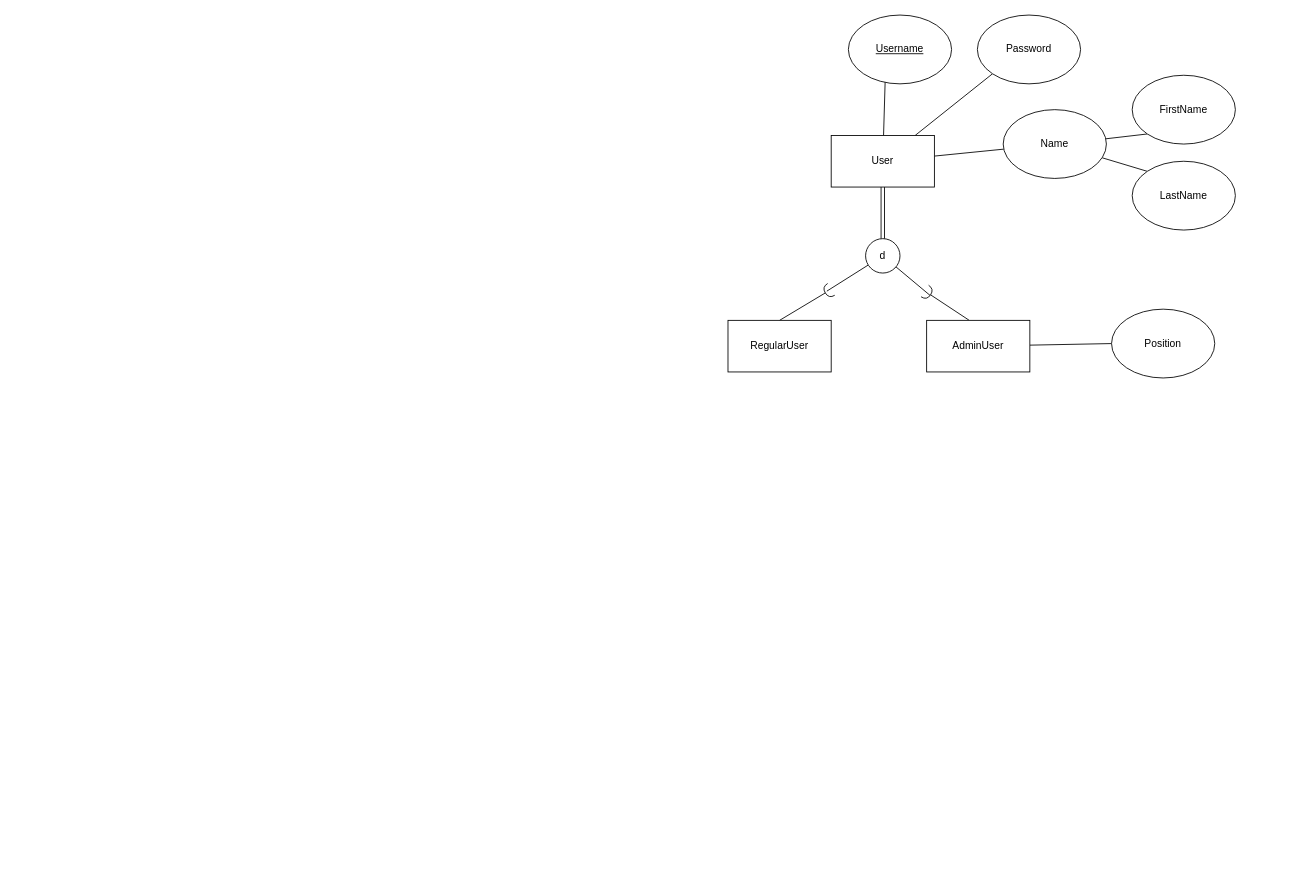
Earlier version of the draw.io diagram page "KK" (1 of 2) of Phase_1/team055_p1_eer_kk.drawio.xml (kkashiva/buzzbid). Source tidied: cells renumbered, new cells numbered last; positions are measured from the earlier drawing's top-left corner, leaving out a move shared by most shapes. Both pictures are drawn from the tidied source at 86%, with x=0, y=0 at pixel (728, 15).
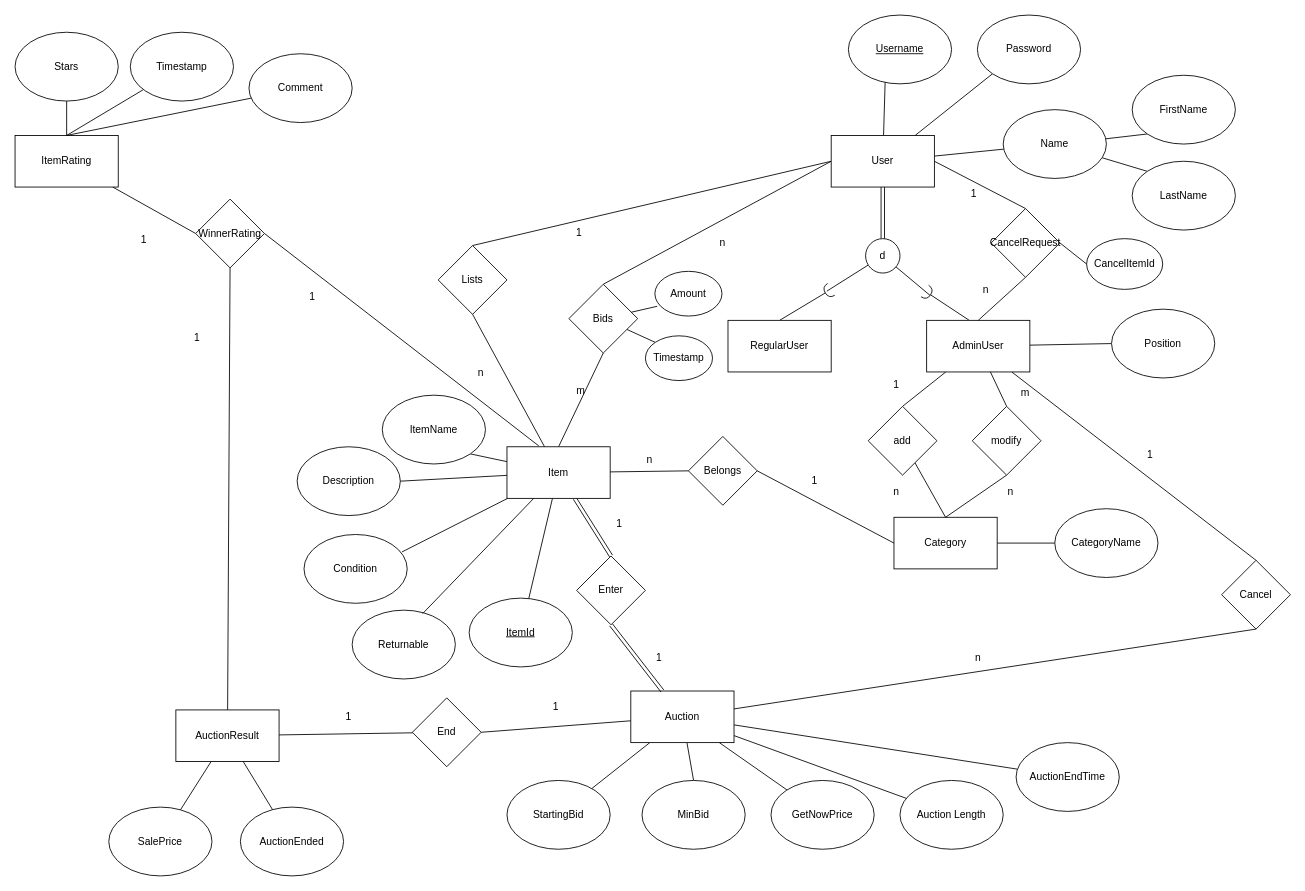
The same page after the edit.

Commit message (it also covers changes not shown here):
updated EER with ternary relationship for Item, ItemRating, AuctionResult

Unchanged cells that the change refers to:
```xml
<mxCell id="6" value="User" style="rounded=0;whiteSpace=wrap;html=1;" parent="1" vertex="1">
  <mxGeometry x="120" y="140" width="120" height="60" as="geometry" />
</mxCell>
<mxCell id="21" value="AdminUser" style="rounded=0;whiteSpace=wrap;html=1;" parent="1" vertex="1">
  <mxGeometry x="231" y="355" width="120" height="60" as="geometry" />
</mxCell>
```

What changed in the source:
```diff
@@
+    <mxCell id="23" style="rounded=0;jettySize=auto;html=1;entryX=0.5;entryY=0;entryDx=0;entryDy=0;endArrow=none;endFill=0;exitX=0;exitY=0.5;exitDx=0;exitDy=0;" parent="1" edge="1" source="6" target="30">
+      <mxGeometry relative="1" as="geometry" />
+    </mxCell>
+    <mxCell id="24" style="rounded=0;jettySize=auto;html=1;endArrow=none;endFill=0;entryX=0.5;entryY=0;entryDx=0;entryDy=0;exitX=0;exitY=0.5;exitDx=0;exitDy=0;" parent="1" edge="1" source="6" target="33">
+      <mxGeometry relative="1" as="geometry" />
+    </mxCell>
+    <mxCell id="25" style="rounded=0;jettySize=auto;html=1;endArrow=none;endFill=0;exitX=1;exitY=0.5;exitDx=0;exitDy=0;entryX=0.5;entryY=0;entryDx=0;entryDy=0;" parent="1" edge="1" source="6" target="114">
+      <mxGeometry relative="1" as="geometry" />
+    </mxCell>
@@
+    <mxCell id="26" style="rounded=0;jettySize=auto;html=1;entryX=0.5;entryY=0;entryDx=0;entryDy=0;endArrow=none;endFill=0;" parent="1" edge="1" source="21" target="58">
+      <mxGeometry relative="1" as="geometry" />
+    </mxCell>
+    <mxCell id="27" style="rounded=0;jettySize=auto;html=1;endArrow=none;endFill=0;entryX=0.5;entryY=0;entryDx=0;entryDy=0;" parent="1" edge="1" source="21" target="60">
+      <mxGeometry relative="1" as="geometry" />
+    </mxCell>
+    <mxCell id="28" style="rounded=0;jettySize=auto;html=1;endArrow=none;endFill=0;entryX=0.5;entryY=0;entryDx=0;entryDy=0;" parent="1" edge="1" source="21" target="78">
+      <mxGeometry relative="1" as="geometry" />
+    </mxCell>
@@
+    <mxCell id="29" style="rounded=0;jettySize=auto;html=1;endArrow=none;endFill=0;exitX=0.5;exitY=1;exitDx=0;exitDy=0;" parent="1" edge="1" source="30" target="40">
+      <mxGeometry relative="1" as="geometry" />
+    </mxCell>
+    <mxCell id="30" value="Lists" style="rhombus;whiteSpace=wrap;html=1;" parent="1" vertex="1">
+      <mxGeometry x="-337" y="268" width="80" height="80" as="geometry" />
+    </mxCell>
+    <mxCell id="31" style="rounded=0;jettySize=auto;html=1;entryX=0.5;entryY=0;entryDx=0;entryDy=0;endArrow=none;endFill=0;exitX=0.5;exitY=1;exitDx=0;exitDy=0;" parent="1" edge="1" source="33" target="40">
+      <mxGeometry relative="1" as="geometry" />
+    </mxCell>
+    <mxCell id="32" style="rounded=0;jettySize=auto;html=1;entryX=0;entryY=0;entryDx=0;entryDy=0;endArrow=none;endFill=0;" parent="1" edge="1" source="33" target="88">
+      <mxGeometry relative="1" as="geometry" />
+    </mxCell>
+    <mxCell id="33" value="Bids" style="rhombus;whiteSpace=wrap;html=1;" parent="1" vertex="1">
+      <mxGeometry x="-185" y="313" width="80" height="80" as="geometry" />
+    </mxCell>
+    <mxCell id="34" style="rounded=0;jettySize=auto;html=1;entryX=0;entryY=0.5;entryDx=0;entryDy=0;endArrow=none;endFill=0;" parent="1" edge="1" source="40" target="48">
+      <mxGeometry relative="1" as="geometry" />
+    </mxCell>
+    <mxCell id="35" style="rounded=0;jettySize=auto;html=1;entryX=1;entryY=1;entryDx=0;entryDy=0;endArrow=none;endFill=0;" parent="1" edge="1" source="40" target="46">
+      <mxGeometry relative="1" as="geometry" />
+    </mxCell>
+    <mxCell id="36" style="rounded=0;jettySize=auto;html=1;entryX=1;entryY=0.5;entryDx=0;entryDy=0;endArrow=none;endFill=0;" parent="1" edge="1" source="40" target="45">
+      <mxGeometry relative="1" as="geometry" />
+    </mxCell>
+    <mxCell id="37" style="rounded=0;jettySize=auto;html=1;endArrow=none;endFill=0;entryX=0.5;entryY=0;entryDx=0;entryDy=0;shape=link;" parent="1" edge="1" source="40" target="74">
+      <mxGeometry relative="1" as="geometry" />
+    </mxCell>
+    <mxCell id="38" style="rounded=0;jettySize=auto;html=1;endArrow=none;endFill=0;" parent="1" edge="1" source="40" target="86">
+      <mxGeometry relative="1" as="geometry" />
+    </mxCell>
+    <mxCell id="39" style="rounded=0;jettySize=auto;html=1;entryX=1;entryY=0.5;entryDx=0;entryDy=0;endArrow=none;endFill=0;" parent="1" edge="1" target="102">
+      <mxGeometry relative="1" as="geometry">
+        <mxPoint x="-220" y="501" as="sourcePoint" />
+      </mxGeometry>
+    </mxCell>
+    <mxCell id="40" value="Item" style="rounded=0;whiteSpace=wrap;html=1;" parent="1" vertex="1">
+      <mxGeometry x="-257" y="502" width="120" height="60" as="geometry" />
+    </mxCell>
+    <mxCell id="41" value="1" style="text;html=1;strokeColor=none;fillColor=none;align=center;verticalAlign=middle;whiteSpace=wrap;rounded=0;" parent="1" vertex="1">
+      <mxGeometry x="-513" y="313" width="60" height="30" as="geometry" />
+    </mxCell>
+    <mxCell id="42" value="n" style="text;html=1;strokeColor=none;fillColor=none;align=center;verticalAlign=middle;whiteSpace=wrap;rounded=0;" parent="1" vertex="1">
+      <mxGeometry x="-317" y="401" width="60" height="30" as="geometry" />
+    </mxCell>
+    <mxCell id="43" value="n" style="text;html=1;strokeColor=none;fillColor=none;align=center;verticalAlign=middle;whiteSpace=wrap;rounded=0;" parent="1" vertex="1">
+      <mxGeometry x="-36" y="250" width="60" height="30" as="geometry" />
+    </mxCell>
+    <mxCell id="44" value="m" style="text;html=1;strokeColor=none;fillColor=none;align=center;verticalAlign=middle;whiteSpace=wrap;rounded=0;" parent="1" vertex="1">
+      <mxGeometry x="-201" y="422" width="60" height="30" as="geometry" />
+    </mxCell>
+    <mxCell id="45" value="Description" style="ellipse;whiteSpace=wrap;html=1;" parent="1" vertex="1">
+      <mxGeometry x="-501" y="502" width="120" height="80" as="geometry" />
+    </mxCell>
+    <mxCell id="46" value="ItemName" style="ellipse;whiteSpace=wrap;html=1;" parent="1" vertex="1">
+      <mxGeometry x="-402" y="442" width="120" height="80" as="geometry" />
+    </mxCell>
+    <mxCell id="47" style="rounded=0;jettySize=auto;html=1;entryX=0;entryY=0.5;entryDx=0;entryDy=0;endArrow=none;endFill=0;exitX=1;exitY=0.5;exitDx=0;exitDy=0;" parent="1" edge="1" source="48" target="56">
+      <mxGeometry relative="1" as="geometry" />
+    </mxCell>
+    <mxCell id="48" value="Belongs" style="rhombus;whiteSpace=wrap;html=1;" parent="1" vertex="1">
+      <mxGeometry x="-46" y="490" width="80" height="80" as="geometry" />
+    </mxCell>
+    <mxCell id="49" value="n" style="text;html=1;strokeColor=none;fillColor=none;align=center;verticalAlign=middle;whiteSpace=wrap;rounded=0;" parent="1" vertex="1">
+      <mxGeometry x="-121" y="502" width="60" height="30" as="geometry" />
+    </mxCell>
+    <mxCell id="50" value="1" style="text;html=1;strokeColor=none;fillColor=none;align=center;verticalAlign=middle;whiteSpace=wrap;rounded=0;" parent="1" vertex="1">
+      <mxGeometry x="71" y="527" width="60" height="30" as="geometry" />
+    </mxCell>
+    <mxCell id="51" value="Condition" style="ellipse;whiteSpace=wrap;html=1;" parent="1" vertex="1">
+      <mxGeometry x="-493" y="604" width="120" height="80" as="geometry" />
+    </mxCell>
+    <mxCell id="52" style="rounded=0;jettySize=auto;html=1;entryX=0.949;entryY=0.254;entryDx=0;entryDy=0;entryPerimeter=0;endArrow=none;endFill=0;" parent="1" edge="1" source="40" target="51">
+      <mxGeometry relative="1" as="geometry" />
+    </mxCell>
+    <mxCell id="53" value="Returnable" style="ellipse;whiteSpace=wrap;html=1;" parent="1" vertex="1">
+      <mxGeometry x="-437" y="692" width="120" height="80" as="geometry" />
+    </mxCell>
+    <mxCell id="54" style="rounded=0;jettySize=auto;html=1;entryX=0.683;entryY=0.05;entryDx=0;entryDy=0;entryPerimeter=0;endArrow=none;endFill=0;" parent="1" edge="1" source="40" target="53">
+      <mxGeometry relative="1" as="geometry" />
+    </mxCell>
+    <mxCell id="55" style="rounded=0;jettySize=auto;html=1;entryX=0;entryY=0.5;entryDx=0;entryDy=0;endArrow=none;endFill=0;" parent="1" edge="1" source="56" target="65">
+      <mxGeometry relative="1" as="geometry" />
+    </mxCell>
+    <mxCell id="56" value="Category" style="rounded=0;whiteSpace=wrap;html=1;" parent="1" vertex="1">
+      <mxGeometry x="193" y="584" width="120" height="60" as="geometry" />
+    </mxCell>
+    <mxCell id="57" style="rounded=0;jettySize=auto;html=1;entryX=0.5;entryY=0;entryDx=0;entryDy=0;endArrow=none;endFill=0;" parent="1" edge="1" source="58" target="56">
+      <mxGeometry relative="1" as="geometry" />
+    </mxCell>
+    <mxCell id="58" value="add" style="rhombus;whiteSpace=wrap;html=1;" parent="1" vertex="1">
+      <mxGeometry x="163" y="455" width="80" height="80" as="geometry" />
+    </mxCell>
+    <mxCell id="59" style="rounded=0;jettySize=auto;html=1;entryX=0.5;entryY=0;entryDx=0;entryDy=0;endArrow=none;endFill=0;exitX=0.5;exitY=1;exitDx=0;exitDy=0;" parent="1" edge="1" source="60" target="56">
+      <mxGeometry relative="1" as="geometry" />
+    </mxCell>
+    <mxCell id="60" value="modify" style="rhombus;whiteSpace=wrap;html=1;" parent="1" vertex="1">
+      <mxGeometry x="284" y="455" width="80" height="80" as="geometry" />
+    </mxCell>
+    <mxCell id="61" value="1" style="text;html=1;strokeColor=none;fillColor=none;align=center;verticalAlign=middle;whiteSpace=wrap;rounded=0;" parent="1" vertex="1">
+      <mxGeometry x="166" y="415" width="60" height="30" as="geometry" />
+    </mxCell>
+    <mxCell id="62" value="m" style="text;html=1;strokeColor=none;fillColor=none;align=center;verticalAlign=middle;whiteSpace=wrap;rounded=0;" parent="1" vertex="1">
+      <mxGeometry x="316" y="425" width="60" height="30" as="geometry" />
+    </mxCell>
+    <mxCell id="63" value="n" style="text;html=1;strokeColor=none;fillColor=none;align=center;verticalAlign=middle;whiteSpace=wrap;rounded=0;" parent="1" vertex="1">
+      <mxGeometry x="166" y="540" width="60" height="30" as="geometry" />
+    </mxCell>
+    <mxCell id="64" value="n" style="text;html=1;strokeColor=none;fillColor=none;align=center;verticalAlign=middle;whiteSpace=wrap;rounded=0;" parent="1" vertex="1">
+      <mxGeometry x="299" y="540" width="60" height="30" as="geometry" />
+    </mxCell>
+    <mxCell id="65" value="CategoryName" style="ellipse;whiteSpace=wrap;html=1;" parent="1" vertex="1">
+      <mxGeometry x="380" y="574" width="120" height="80" as="geometry" />
+    </mxCell>
+    <mxCell id="66" style="rounded=0;jettySize=auto;html=1;endArrow=none;endFill=0;" parent="1" edge="1" source="72" target="81">
+      <mxGeometry relative="1" as="geometry" />
+    </mxCell>
+    <mxCell id="67" style="rounded=0;jettySize=auto;html=1;entryX=0.5;entryY=0;entryDx=0;entryDy=0;endArrow=none;endFill=0;" parent="1" edge="1" source="72" target="82">
+      <mxGeometry relative="1" as="geometry" />
+    </mxCell>
+    <mxCell id="68" style="rounded=0;jettySize=auto;html=1;endArrow=none;endFill=0;" parent="1" edge="1" source="72" target="83">
+      <mxGeometry relative="1" as="geometry" />
+    </mxCell>
+    <mxCell id="69" style="rounded=0;jettySize=auto;html=1;endArrow=none;endFill=0;" parent="1" edge="1" source="72" target="84">
+      <mxGeometry relative="1" as="geometry" />
+    </mxCell>
+    <mxCell id="70" style="rounded=0;jettySize=auto;html=1;endArrow=none;endFill=0;" parent="1" edge="1" source="72" target="85">
+      <mxGeometry relative="1" as="geometry" />
+    </mxCell>
+    <mxCell id="71" style="rounded=0;jettySize=auto;html=1;entryX=1;entryY=0.5;entryDx=0;entryDy=0;endArrow=none;endFill=0;" parent="1" edge="1" source="72" target="97">
+      <mxGeometry relative="1" as="geometry" />
+    </mxCell>
+    <mxCell id="72" value="Auction" style="rounded=0;whiteSpace=wrap;html=1;" parent="1" vertex="1">
+      <mxGeometry x="-113" y="786" width="120" height="60" as="geometry" />
+    </mxCell>
+    <mxCell id="73" style="rounded=0;jettySize=auto;html=1;endArrow=none;endFill=0;exitX=0.5;exitY=1;exitDx=0;exitDy=0;shape=link;" parent="1" edge="1" source="74" target="72">
+      <mxGeometry relative="1" as="geometry" />
+    </mxCell>
+    <mxCell id="74" value="Enter" style="rhombus;whiteSpace=wrap;html=1;" parent="1" vertex="1">
+      <mxGeometry x="-176" y="629" width="80" height="80" as="geometry" />
+    </mxCell>
+    <mxCell id="75" value="1" style="text;html=1;strokeColor=none;fillColor=none;align=center;verticalAlign=middle;whiteSpace=wrap;rounded=0;" parent="1" vertex="1">
+      <mxGeometry x="-156" y="577" width="60" height="30" as="geometry" />
+    </mxCell>
+    <mxCell id="76" value="1" style="text;html=1;strokeColor=none;fillColor=none;align=center;verticalAlign=middle;whiteSpace=wrap;rounded=0;" parent="1" vertex="1">
+      <mxGeometry x="-110" y="733" width="60" height="30" as="geometry" />
+    </mxCell>
+    <mxCell id="77" style="rounded=0;jettySize=auto;html=1;endArrow=none;endFill=0;exitX=0.5;exitY=1;exitDx=0;exitDy=0;" parent="1" edge="1" source="78" target="72">
+      <mxGeometry relative="1" as="geometry" />
+    </mxCell>
+    <mxCell id="78" value="Cancel" style="rhombus;whiteSpace=wrap;html=1;" parent="1" vertex="1">
+      <mxGeometry x="574" y="634" width="80" height="80" as="geometry" />
+    </mxCell>
+    <mxCell id="79" value="1" style="text;html=1;strokeColor=none;fillColor=none;align=center;verticalAlign=middle;whiteSpace=wrap;rounded=0;" parent="1" vertex="1">
+      <mxGeometry x="461" y="497" width="60" height="30" as="geometry" />
+    </mxCell>
+    <mxCell id="80" value="n" style="text;html=1;strokeColor=none;fillColor=none;align=center;verticalAlign=middle;whiteSpace=wrap;rounded=0;" parent="1" vertex="1">
+      <mxGeometry x="261" y="733" width="60" height="30" as="geometry" />
+    </mxCell>
+    <mxCell id="81" value="StartingBid" style="ellipse;whiteSpace=wrap;html=1;" parent="1" vertex="1">
+      <mxGeometry x="-257" y="890" width="120" height="80" as="geometry" />
+    </mxCell>
+    <mxCell id="82" value="MinBid" style="ellipse;whiteSpace=wrap;html=1;" parent="1" vertex="1">
+      <mxGeometry x="-100" y="890" width="120" height="80" as="geometry" />
+    </mxCell>
+    <mxCell id="83" value="GetNowPrice" style="ellipse;whiteSpace=wrap;html=1;" parent="1" vertex="1">
+      <mxGeometry x="50" y="890" width="120" height="80" as="geometry" />
+    </mxCell>
+    <mxCell id="84" value="Auction Length" style="ellipse;whiteSpace=wrap;html=1;" parent="1" vertex="1">
+      <mxGeometry x="200" y="890" width="120" height="80" as="geometry" />
+    </mxCell>
+    <mxCell id="85" value="AuctionEndTime" style="ellipse;whiteSpace=wrap;html=1;" parent="1" vertex="1">
+      <mxGeometry x="335" y="846" width="120" height="80" as="geometry" />
+    </mxCell>
+    <mxCell id="86" value="&lt;u&gt;ItemId&lt;/u&gt;" style="ellipse;whiteSpace=wrap;html=1;" parent="1" vertex="1">
+      <mxGeometry x="-301" y="678" width="120" height="80" as="geometry" />
+    </mxCell>
+    <mxCell id="87" value="Amount" style="ellipse;whiteSpace=wrap;html=1;" parent="1" vertex="1">
+      <mxGeometry x="-85" y="298" width="78" height="52" as="geometry" />
+    </mxCell>
+    <mxCell id="88" value="Timestamp" style="ellipse;whiteSpace=wrap;html=1;" parent="1" vertex="1">
+      <mxGeometry x="-96" y="373" width="78" height="52" as="geometry" />
+    </mxCell>
+    <mxCell id="89" style="rounded=0;jettySize=auto;html=1;entryX=0.034;entryY=0.782;entryDx=0;entryDy=0;entryPerimeter=0;endArrow=none;endFill=0;" parent="1" edge="1" source="33" target="87">
+      <mxGeometry relative="1" as="geometry" />
+    </mxCell>
+    <mxCell id="90" style="rounded=0;jettySize=auto;html=1;entryX=0;entryY=0.5;entryDx=0;entryDy=0;endArrow=none;endFill=0;" parent="1" edge="1" source="91" target="102">
+      <mxGeometry relative="1" as="geometry" />
+    </mxCell>
+    <mxCell id="91" value="ItemRating" style="rounded=0;whiteSpace=wrap;html=1;" parent="1" vertex="1">
+      <mxGeometry x="-829" y="140" width="120" height="60" as="geometry" />
+    </mxCell>
+    <mxCell id="92" style="rounded=0;jettySize=auto;html=1;endArrow=none;endFill=0;" parent="1" edge="1" source="95" target="98">
+      <mxGeometry relative="1" as="geometry" />
+    </mxCell>
+    <mxCell id="93" style="rounded=0;jettySize=auto;html=1;endArrow=none;endFill=0;" parent="1" edge="1" source="95" target="99">
+      <mxGeometry relative="1" as="geometry" />
+    </mxCell>
+    <mxCell id="94" style="rounded=0;jettySize=auto;html=1;entryX=0.5;entryY=1;entryDx=0;entryDy=0;endArrow=none;endFill=0;" parent="1" edge="1" source="95" target="102">
+      <mxGeometry relative="1" as="geometry" />
+    </mxCell>
+    <mxCell id="95" value="AuctionResult" style="rounded=0;whiteSpace=wrap;html=1;" parent="1" vertex="1">
+      <mxGeometry x="-642" y="808" width="120" height="60" as="geometry" />
+    </mxCell>
+    <mxCell id="96" style="rounded=0;jettySize=auto;html=1;endArrow=none;endFill=0;" parent="1" edge="1" source="97" target="95">
+      <mxGeometry relative="1" as="geometry" />
+    </mxCell>
+    <mxCell id="97" value="End" style="rhombus;whiteSpace=wrap;html=1;" parent="1" vertex="1">
+      <mxGeometry x="-367" y="794" width="80" height="80" as="geometry" />
+    </mxCell>
+    <mxCell id="98" value="SalePrice" style="ellipse;whiteSpace=wrap;html=1;" parent="1" vertex="1">
+      <mxGeometry x="-720" y="921" width="120" height="80" as="geometry" />
+    </mxCell>
+    <mxCell id="99" value="AuctionEnded" style="ellipse;whiteSpace=wrap;html=1;" parent="1" vertex="1">
+      <mxGeometry x="-567" y="921" width="120" height="80" as="geometry" />
+    </mxCell>
+    <mxCell id="100" value="1" style="text;html=1;strokeColor=none;fillColor=none;align=center;verticalAlign=middle;whiteSpace=wrap;rounded=0;" parent="1" vertex="1">
+      <mxGeometry x="-230" y="790" width="60" height="30" as="geometry" />
+    </mxCell>
+    <mxCell id="101" value="1" style="text;html=1;strokeColor=none;fillColor=none;align=center;verticalAlign=middle;whiteSpace=wrap;rounded=0;" parent="1" vertex="1">
+      <mxGeometry x="-471" y="801" width="60" height="30" as="geometry" />
+    </mxCell>
+    <mxCell id="102" value="WinnerRating" style="rhombus;whiteSpace=wrap;html=1;" parent="1" vertex="1">
+      <mxGeometry x="-619" y="214" width="80" height="80" as="geometry" />
+    </mxCell>
+    <mxCell id="103" value="1" style="text;html=1;strokeColor=none;fillColor=none;align=center;verticalAlign=middle;whiteSpace=wrap;rounded=0;" parent="1" vertex="1">
+      <mxGeometry x="-203" y="238" width="60" height="30" as="geometry" />
+    </mxCell>
+    <mxCell id="104" value="1" style="text;html=1;strokeColor=none;fillColor=none;align=center;verticalAlign=middle;whiteSpace=wrap;rounded=0;" parent="1" vertex="1">
+      <mxGeometry x="-709" y="247" width="60" height="30" as="geometry" />
+    </mxCell>
+    <mxCell id="105" value="1" style="text;html=1;strokeColor=none;fillColor=none;align=center;verticalAlign=middle;whiteSpace=wrap;rounded=0;" parent="1" vertex="1">
+      <mxGeometry x="-647" y="360" width="60" height="30" as="geometry" />
+    </mxCell>
+    <mxCell id="106" style="rounded=0;jettySize=auto;html=1;entryX=0.5;entryY=0;entryDx=0;entryDy=0;endArrow=none;endFill=0;" parent="1" edge="1" source="107" target="91">
+      <mxGeometry relative="1" as="geometry" />
+    </mxCell>
+    <mxCell id="107" value="Stars" style="ellipse;whiteSpace=wrap;html=1;" parent="1" vertex="1">
+      <mxGeometry x="-829" y="20" width="120" height="80" as="geometry" />
+    </mxCell>
+    <mxCell id="108" style="rounded=0;jettySize=auto;html=1;entryX=0.5;entryY=0;entryDx=0;entryDy=0;endArrow=none;endFill=0;" parent="1" edge="1" source="109" target="91">
+      <mxGeometry relative="1" as="geometry" />
+    </mxCell>
+    <mxCell id="109" value="Timestamp" style="ellipse;whiteSpace=wrap;html=1;" parent="1" vertex="1">
+      <mxGeometry x="-695" y="20" width="120" height="80" as="geometry" />
+    </mxCell>
+    <mxCell id="110" style="rounded=0;jettySize=auto;html=1;entryX=0.5;entryY=0;entryDx=0;entryDy=0;endArrow=none;endFill=0;" parent="1" edge="1" source="111" target="91">
+      <mxGeometry relative="1" as="geometry" />
+    </mxCell>
+    <mxCell id="111" value="Comment" style="ellipse;whiteSpace=wrap;html=1;" parent="1" vertex="1">
+      <mxGeometry x="-557" y="45" width="120" height="80" as="geometry" />
+    </mxCell>
+    <mxCell id="112" style="rounded=0;jettySize=auto;html=1;entryX=0.5;entryY=0;entryDx=0;entryDy=0;endArrow=none;endFill=0;exitX=0.5;exitY=1;exitDx=0;exitDy=0;" parent="1" edge="1" source="114" target="21">
+      <mxGeometry relative="1" as="geometry" />
+    </mxCell>
+    <mxCell id="113" style="rounded=0;jettySize=auto;html=1;entryX=0;entryY=0.5;entryDx=0;entryDy=0;endArrow=none;endFill=0;exitX=1;exitY=0.5;exitDx=0;exitDy=0;" parent="1" edge="1" source="114" target="117">
+      <mxGeometry relative="1" as="geometry" />
+    </mxCell>
+    <mxCell id="114" value="CancelRequest" style="rhombus;whiteSpace=wrap;html=1;" parent="1" vertex="1">
+      <mxGeometry x="306" y="225" width="80" height="80" as="geometry" />
+    </mxCell>
+    <mxCell id="115" value="1" style="text;html=1;strokeColor=none;fillColor=none;align=center;verticalAlign=middle;whiteSpace=wrap;rounded=0;" parent="1" vertex="1">
+      <mxGeometry x="256" y="193" width="60" height="30" as="geometry" />
+    </mxCell>
+    <mxCell id="116" value="n" style="text;html=1;strokeColor=none;fillColor=none;align=center;verticalAlign=middle;whiteSpace=wrap;rounded=0;" parent="1" vertex="1">
+      <mxGeometry x="270" y="305" width="60" height="30" as="geometry" />
+    </mxCell>
+    <mxCell id="117" value="CancelItemId" style="ellipse;whiteSpace=wrap;html=1;" parent="1" vertex="1">
+      <mxGeometry x="417" y="260" width="88.5" height="59" as="geometry" />
+    </mxCell>
```
